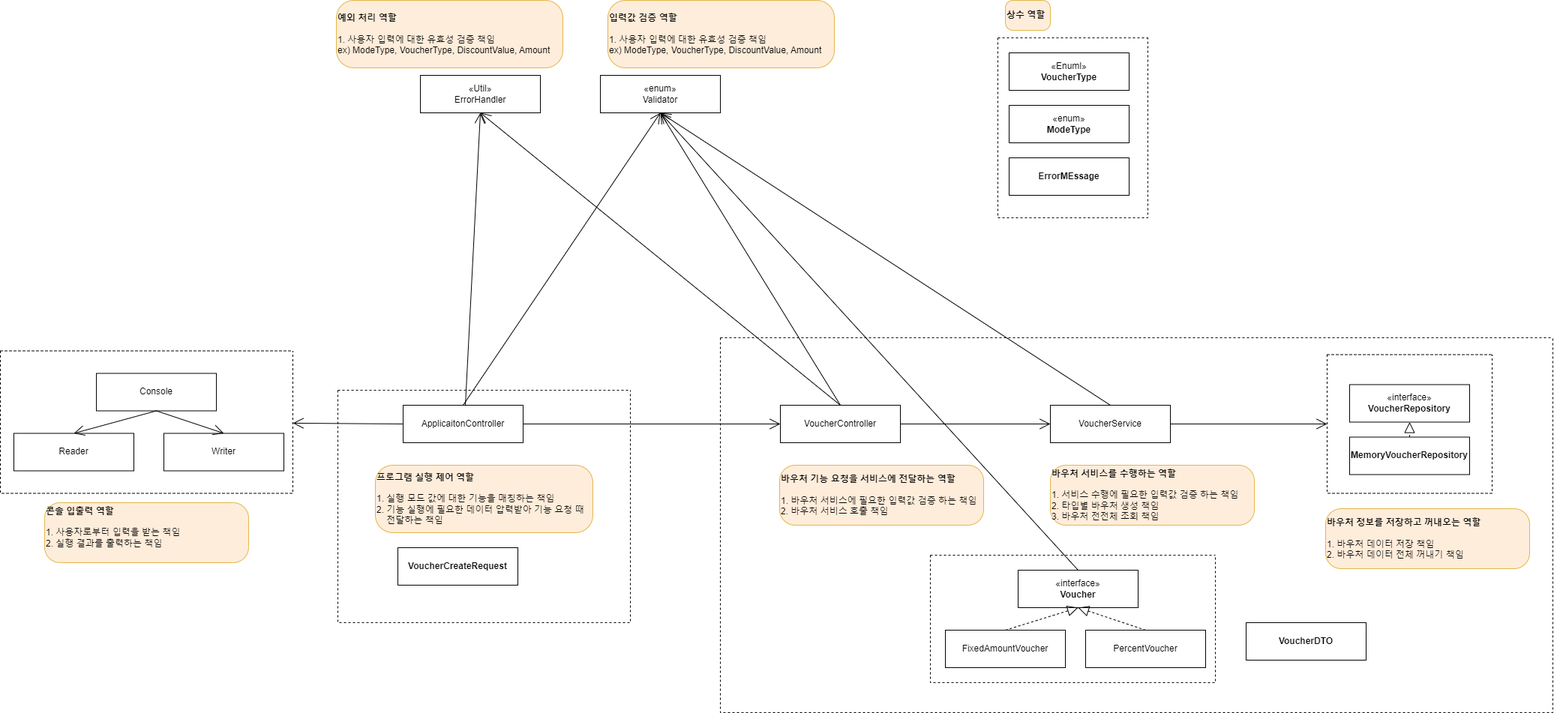
Before: doc/바우처설계도.png, a diagram exported from draw.io (prgrms-be-devcourse/springboot-basic). Source tidied: cells renumbered, new cells last; positions are measured from the earlier drawing's top-left corner, leaving out a move shared by most shapes.
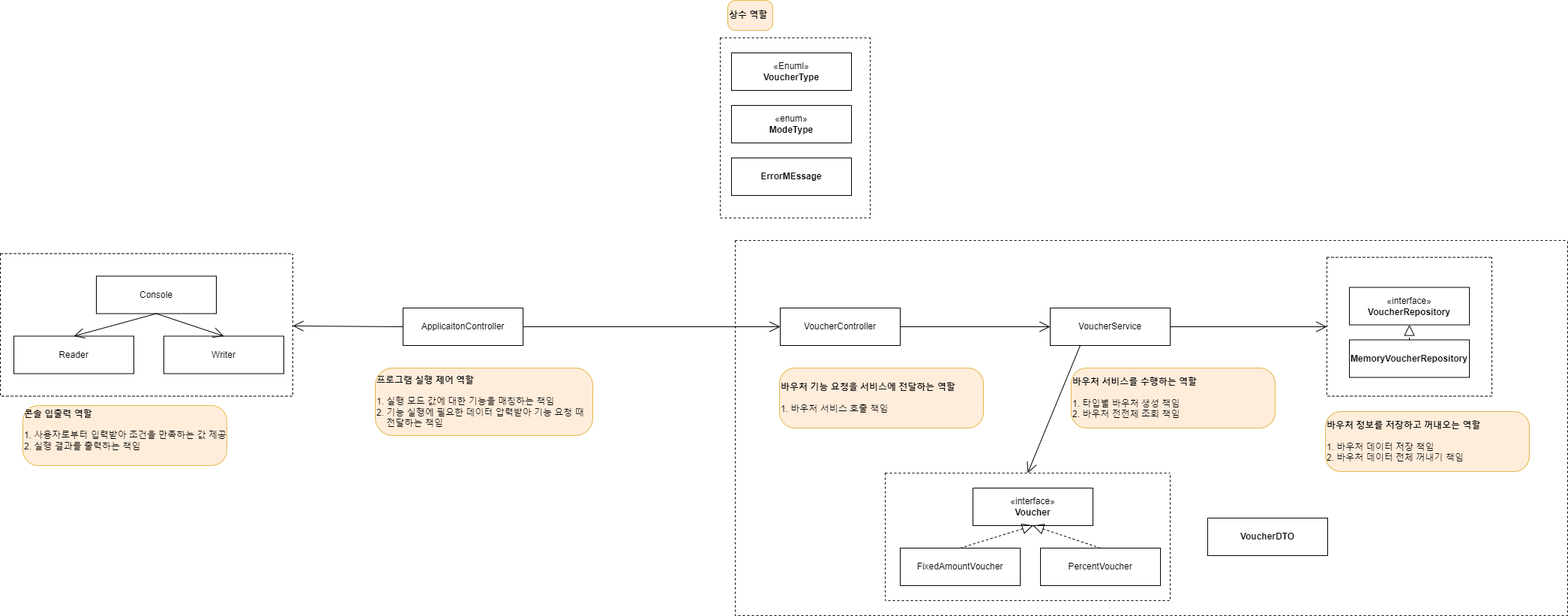
After the commit.

Commit message:
바우처 설계도 수정

What changed in the source:
```diff
@@ -17,9 +17,6 @@
     <mxCell id="6" style="swimlane;startSize=0;dashed=1;" parent="1" vertex="1">
       <mxGeometry y="467.5" width="390" height="190" as="geometry" />
     </mxCell>
-    <mxCell id="7" value="«Util»&lt;br style=&quot;border-color: var(--border-color);&quot;&gt;ErrorHandler" style="html=1;whiteSpace=wrap;" parent="1" vertex="1">
-      <mxGeometry x="560" y="100" width="160" height="50" as="geometry" />
-    </mxCell>
     <mxCell id="8" style="swimlane;startSize=0;dashed=1;" parent="1" vertex="1">
       <mxGeometry x="1769" y="472.5" width="220" height="185" as="geometry" />
     </mxCell>
@@ -33,7 +30,7 @@
       <mxGeometry relative="1" as="geometry" />
     </mxCell>
     <mxCell id="12" style="swimlane;startSize=0;dashed=1;" parent="1" vertex="1">
-      <mxGeometry x="1330" y="50" width="200" height="240" as="geometry" />
+      <mxGeometry x="960" y="180" width="200" height="240" as="geometry" />
     </mxCell>
     <mxCell id="13" value="«enum»&lt;br&gt;&lt;b&gt;ModeType&lt;br&gt;&lt;/b&gt;" style="html=1;whiteSpace=wrap;" parent="12" vertex="1">
       <mxGeometry x="15" y="90" width="160" height="50" as="geometry" />
@@ -47,9 +44,6 @@
     <mxCell id="16" value="VoucherController" style="html=1;whiteSpace=wrap;" parent="1" vertex="1">
       <mxGeometry x="1040" y="540" width="160" height="50" as="geometry" />
     </mxCell>
-    <mxCell id="17" value="«enum»&lt;br&gt;Validator&lt;b&gt;&lt;br&gt;&lt;/b&gt;" style="html=1;whiteSpace=wrap;" parent="1" vertex="1">
-      <mxGeometry x="800" y="100" width="160" height="50" as="geometry" />
-    </mxCell>
     <mxCell id="18" style="endArrow=open;endFill=1;endSize=12;html=1;rounded=0;entryX=0;entryY=0.5;entryDx=0;entryDy=0;exitX=1;exitY=0.5;exitDx=0;exitDy=0;" parent="1" edge="1" source="20" target="16">
       <mxGeometry relative="1" as="geometry" />
     </mxCell>
@@ -59,10 +53,7 @@
     <mxCell id="20" value="ApplicaitonController" style="html=1;whiteSpace=wrap;" parent="1" vertex="1">
       <mxGeometry x="537" y="540" width="160" height="50" as="geometry" />
     </mxCell>
-    <mxCell id="21" value="&lt;span style=&quot;background-color: initial;&quot;&gt;&lt;b&gt;바우처 서비스를 수행하는 역할&lt;br&gt;&lt;/b&gt;&lt;br&gt;1. 서비스 수행에 필요한 입력값 검증 하는 책임&lt;/span&gt;&lt;br&gt;&lt;div style=&quot;&quot;&gt;2. 타입별 바우처 생성 책임&lt;span style=&quot;background-color: initial;&quot;&gt;&lt;br&gt;&lt;/span&gt;&lt;/div&gt;&lt;div style=&quot;&quot;&gt;&lt;span style=&quot;background-color: initial;&quot;&gt;3. 바우처 전전체 조회 책임&lt;/span&gt;&lt;/div&gt;" style="text;html=1;strokeColor=#d79b00;fillColor=#ffe6cc;align=left;verticalAlign=middle;whiteSpace=wrap;rounded=1;opacity=70;arcSize=26;" parent="1" vertex="1">
-      <mxGeometry x="1400" y="620" width="272" height="80" as="geometry" />
-    </mxCell>
-    <mxCell id="22" value="&lt;span style=&quot;background-color: initial;&quot;&gt;&lt;b&gt;바우처 기능 요청을 서비스에 전달하는 역할&lt;/b&gt;&lt;br&gt;&lt;br&gt;1. 바우처 서비스에 필요한 입력값 검증 하는 책임&lt;/span&gt;&lt;br&gt;&lt;div style=&quot;&quot;&gt;2. 바우처 서비스 호출 책임&lt;/div&gt;" style="text;html=1;strokeColor=#d79b00;fillColor=#ffe6cc;align=left;verticalAlign=middle;whiteSpace=wrap;rounded=1;opacity=70;arcSize=26;" parent="1" vertex="1">
+    <mxCell id="22" value="&lt;span style=&quot;background-color: initial;&quot;&gt;&lt;b&gt;바우처 기능 요청을 서비스에 전달하는 역할&lt;/b&gt;&lt;br&gt;&lt;br&gt;1. &lt;/span&gt;&lt;span style=&quot;background-color: initial;&quot;&gt;바우처 서비스 호출 책임&lt;/span&gt;&lt;span style=&quot;background-color: initial;&quot;&gt;&lt;br&gt;&lt;/span&gt;" style="text;html=1;strokeColor=#d79b00;fillColor=#ffe6cc;align=left;verticalAlign=middle;whiteSpace=wrap;rounded=1;opacity=70;arcSize=26;" parent="1" vertex="1">
       <mxGeometry x="1039" y="620" width="272" height="80" as="geometry" />
     </mxCell>
     <mxCell id="23" style="endArrow=open;endFill=1;endSize=12;html=1;rounded=0;exitX=1;exitY=0.5;exitDx=0;exitDy=0;entryX=0;entryY=0.5;entryDx=0;entryDy=0;" parent="1" edge="1" source="16" target="2">
@@ -74,52 +65,32 @@
     <mxCell id="25" value="&lt;span style=&quot;background-color: initial;&quot;&gt;&lt;b&gt;바우처 정보를 저장하고 꺼내오는 역할&lt;/b&gt;&amp;nbsp;&lt;br&gt;&lt;br&gt;1. 바우처 데이터 저장 책임&lt;/span&gt;&lt;br&gt;&lt;div style=&quot;&quot;&gt;2. 바우처 데이터 전체 꺼내기 책임&lt;/div&gt;" style="text;html=1;strokeColor=#d79b00;fillColor=#ffe6cc;align=left;verticalAlign=middle;whiteSpace=wrap;rounded=1;opacity=70;arcSize=26;" parent="1" vertex="1">
       <mxGeometry x="1767" y="678" width="272" height="80" as="geometry" />
     </mxCell>
-    <mxCell id="26" style="endArrow=open;endFill=1;endSize=12;html=1;rounded=0;exitX=0.5;exitY=0;exitDx=0;exitDy=0;entryX=0.5;entryY=1;entryDx=0;entryDy=0;" parent="1" edge="1" source="20" target="17">
-      <mxGeometry relative="1" as="geometry" />
-    </mxCell>
-    <mxCell id="27" style="endArrow=open;endFill=1;endSize=12;html=1;rounded=0;entryX=0.5;entryY=1;entryDx=0;entryDy=0;exitX=0.5;exitY=0;exitDx=0;exitDy=0;" parent="1" edge="1" source="16" target="17">
-      <mxGeometry relative="1" as="geometry" />
-    </mxCell>
-    <mxCell id="28" style="endArrow=open;endFill=1;endSize=12;html=1;rounded=0;entryX=0.5;entryY=1;entryDx=0;entryDy=0;exitX=0.5;exitY=0;exitDx=0;exitDy=0;" parent="1" edge="1" source="2" target="17">
-      <mxGeometry relative="1" as="geometry" />
-    </mxCell>
-    <mxCell id="29" style="endArrow=open;endFill=1;endSize=12;html=1;rounded=0;entryX=0.5;entryY=1;entryDx=0;entryDy=0;" parent="1" edge="1" target="7">
-      <mxGeometry relative="1" as="geometry">
-        <mxPoint x="620" y="540" as="sourcePoint" />
-      </mxGeometry>
-    </mxCell>
-    <mxCell id="30" style="endArrow=open;endFill=1;endSize=12;html=1;rounded=0;entryX=0.5;entryY=1;entryDx=0;entryDy=0;exitX=0.5;exitY=0;exitDx=0;exitDy=0;" parent="1" edge="1" source="16" target="7">
-      <mxGeometry relative="1" as="geometry" />
-    </mxCell>
     <mxCell id="31" style="endArrow=open;endFill=1;endSize=12;html=1;rounded=0;exitX=0.5;exitY=1;exitDx=0;exitDy=0;entryX=0.5;entryY=0;entryDx=0;entryDy=0;" parent="1" edge="1" source="3" target="5">
       <mxGeometry relative="1" as="geometry" />
     </mxCell>
     <mxCell id="32" style="endArrow=open;endFill=1;endSize=12;html=1;rounded=0;exitX=0.5;exitY=1;exitDx=0;exitDy=0;entryX=0.5;entryY=0;entryDx=0;entryDy=0;" parent="1" edge="1" source="3" target="4">
       <mxGeometry relative="1" as="geometry" />
     </mxCell>
-    <mxCell id="33" value="&lt;div style=&quot;&quot;&gt;&lt;span style=&quot;background-color: initial;&quot;&gt;&lt;b&gt;콘솔 입출력 역할&lt;/b&gt;&lt;/span&gt;&lt;/div&gt;&lt;div style=&quot;&quot;&gt;&lt;span style=&quot;background-color: initial;&quot;&gt;&lt;b&gt;&lt;br&gt;&lt;/b&gt;&lt;/span&gt;&lt;/div&gt;&lt;span style=&quot;background-color: initial;&quot;&gt;1. 사용자로부터 입력을 받는 책임&lt;br&gt;&lt;/span&gt;2. 실행 결과를 출력하는 책임&lt;br&gt;&lt;div style=&quot;&quot;&gt;&lt;br&gt;&lt;/div&gt;" style="text;html=1;strokeColor=#d79b00;fillColor=#ffe6cc;align=left;verticalAlign=middle;whiteSpace=wrap;rounded=1;opacity=70;arcSize=26;" parent="1" vertex="1">
-      <mxGeometry x="59" y="670" width="272" height="80" as="geometry" />
+    <mxCell id="33" value="&lt;div style=&quot;&quot;&gt;&lt;span style=&quot;background-color: initial;&quot;&gt;&lt;b&gt;콘솔 입출력 역할&lt;/b&gt;&lt;/span&gt;&lt;/div&gt;&lt;div style=&quot;&quot;&gt;&lt;span style=&quot;background-color: initial;&quot;&gt;&lt;b&gt;&lt;br&gt;&lt;/b&gt;&lt;/span&gt;&lt;/div&gt;&lt;span style=&quot;background-color: initial;&quot;&gt;1. 사용자로부터 입력받아 조건을 만족하는 값 제공&lt;br&gt;&lt;/span&gt;2. 실행 결과를 출력하는 책임&lt;br&gt;&lt;div style=&quot;&quot;&gt;&lt;br&gt;&lt;/div&gt;" style="text;html=1;strokeColor=#d79b00;fillColor=#ffe6cc;align=left;verticalAlign=middle;whiteSpace=wrap;rounded=1;opacity=70;arcSize=26;" parent="1" vertex="1">
+      <mxGeometry x="30" y="670" width="272" height="80" as="geometry" />
     </mxCell>
-    <mxCell id="34" value="&lt;div style=&quot;&quot;&gt;&lt;span style=&quot;background-color: initial;&quot;&gt;&lt;b&gt;입력값 검증 역할&lt;/b&gt;&lt;/span&gt;&lt;/div&gt;&lt;div style=&quot;&quot;&gt;&lt;span style=&quot;background-color: initial;&quot;&gt;&lt;b&gt;&lt;br&gt;&lt;/b&gt;&lt;/span&gt;&lt;/div&gt;&lt;span style=&quot;background-color: initial;&quot;&gt;1. 사용자 입력에 대한 유효성 검증 책임 &lt;br&gt;ex) ModeType,&amp;nbsp;&lt;/span&gt;VoucherType, DiscountValue, Amount" style="text;html=1;strokeColor=#d79b00;fillColor=#ffe6cc;align=left;verticalAlign=middle;whiteSpace=wrap;rounded=1;opacity=70;arcSize=26;" parent="1" vertex="1">
-      <mxGeometry x="810" width="302" height="90" as="geometry" />
-    </mxCell>
     <mxCell id="35" style="endArrow=open;endFill=1;endSize=12;html=1;rounded=0;exitX=0;exitY=0.5;exitDx=0;exitDy=0;" parent="1" edge="1" source="20" target="6">
       <mxGeometry relative="1" as="geometry" />
     </mxCell>
     <mxCell id="36" style="swimlane;startSize=0;dashed=1;" parent="1" vertex="1">
-      <mxGeometry x="960" y="450" width="1110" height="500" as="geometry" />
+      <mxGeometry x="980" y="450" width="1110" height="500" as="geometry" />
     </mxCell>
     <mxCell id="37" style="html=1;whiteSpace=wrap;" parent="36" vertex="1">
-      <mxGeometry x="397" y="310" width="160" height="50" as="geometry" />
+      <mxGeometry x="317" y="330" width="160" height="50" as="geometry" />
     </mxCell>
     <mxCell id="38" value="PercentVoucher" style="html=1;whiteSpace=wrap;" parent="36" vertex="1">
-      <mxGeometry x="487" y="390" width="160" height="50" as="geometry" />
+      <mxGeometry x="407" y="410" width="160" height="50" as="geometry" />
     </mxCell>
     <mxCell id="39" value="«interface»&lt;br&gt;&lt;b&gt;Voucher&lt;/b&gt;" style="html=1;whiteSpace=wrap;" parent="36" vertex="1">
-      <mxGeometry x="397" y="310" width="160" height="50" as="geometry" />
+      <mxGeometry x="317" y="330" width="160" height="50" as="geometry" />
     </mxCell>
     <mxCell id="40" style="swimlane;startSize=0;dashed=1;" parent="36" vertex="1">
-      <mxGeometry x="280" y="290" width="380" height="170" as="geometry" />
+      <mxGeometry x="200" y="310" width="380" height="170" as="geometry" />
     </mxCell>
     <mxCell id="41" value="FixedAmountVoucher" style="html=1;whiteSpace=wrap;" parent="40" vertex="1">
       <mxGeometry x="20" y="100" width="160" height="50" as="geometry" />
@@ -131,22 +102,16 @@
       <mxGeometry relative="1" as="geometry" />
     </mxCell>
     <mxCell id="44" value="&lt;b&gt;VoucherDTO&lt;br&gt;&lt;/b&gt;" style="html=1;whiteSpace=wrap;" parent="36" vertex="1">
-      <mxGeometry x="701" y="380" width="160" height="50" as="geometry" />
+      <mxGeometry x="630" y="370" width="160" height="50" as="geometry" />
     </mxCell>
-    <mxCell id="45" style="endArrow=open;endFill=1;endSize=12;html=1;rounded=0;exitX=0.5;exitY=0;exitDx=0;exitDy=0;entryX=0.5;entryY=1;entryDx=0;entryDy=0;" parent="1" edge="1" source="39" target="17">
-      <mxGeometry relative="1" as="geometry" />
-    </mxCell>
-    <mxCell id="46" value="&lt;div style=&quot;&quot;&gt;&lt;span style=&quot;background-color: initial;&quot;&gt;&lt;b&gt;예외 처리 역할&lt;/b&gt;&lt;/span&gt;&lt;/div&gt;&lt;div style=&quot;&quot;&gt;&lt;span style=&quot;background-color: initial;&quot;&gt;&lt;b&gt;&lt;br&gt;&lt;/b&gt;&lt;/span&gt;&lt;/div&gt;&lt;span style=&quot;background-color: initial;&quot;&gt;1. 사용자 입력에 대한 유효성 검증 책임 &lt;br&gt;ex) ModeType,&amp;nbsp;&lt;/span&gt;VoucherType, DiscountValue, Amount" style="text;html=1;strokeColor=#d79b00;fillColor=#ffe6cc;align=left;verticalAlign=middle;whiteSpace=wrap;rounded=1;opacity=70;arcSize=26;" parent="1" vertex="1">
-      <mxGeometry x="448" width="302" height="90" as="geometry" />
-    </mxCell>
+    <mxCell id="21" value="&lt;span style=&quot;background-color: initial;&quot;&gt;&lt;b&gt;바우처 서비스를 수행하는 역할&lt;br&gt;&lt;/b&gt;&lt;/span&gt;&lt;br&gt;&lt;div style=&quot;&quot;&gt;1. 타입별 바우처 생성 책임&lt;span style=&quot;background-color: initial;&quot;&gt;&lt;br&gt;&lt;/span&gt;&lt;/div&gt;&lt;div style=&quot;&quot;&gt;&lt;span style=&quot;background-color: initial;&quot;&gt;2. 바우처 전전체 조회 책임&lt;/span&gt;&lt;/div&gt;" style="text;html=1;strokeColor=#d79b00;fillColor=#ffe6cc;align=left;verticalAlign=middle;whiteSpace=wrap;rounded=1;opacity=70;arcSize=26;" parent="36" vertex="1">
+      <mxGeometry x="448" y="170" width="272" height="80" as="geometry" />
+    </mxCell>
     <mxCell id="47" value="&lt;div style=&quot;&quot;&gt;&lt;span style=&quot;background-color: initial;&quot;&gt;&lt;b&gt;상수 역할&lt;/b&gt;&lt;/span&gt;&lt;/div&gt;&lt;div style=&quot;&quot;&gt;&lt;/div&gt;" style="text;html=1;strokeColor=#d79b00;fillColor=#ffe6cc;align=left;verticalAlign=middle;whiteSpace=wrap;rounded=1;opacity=70;arcSize=26;" parent="1" vertex="1">
-      <mxGeometry x="1340" width="60" height="40" as="geometry" />
+      <mxGeometry x="970" y="130" width="60" height="40" as="geometry" />
     </mxCell>
-    <mxCell id="48" style="swimlane;startSize=0;dashed=1;" parent="1" vertex="1">
-      <mxGeometry x="450" y="520" width="390" height="310" as="geometry" />
-    </mxCell>
-    <mxCell id="49" value="&lt;b&gt;VoucherCreateRequest&lt;br&gt;&lt;/b&gt;" style="html=1;whiteSpace=wrap;" parent="48" vertex="1">
-      <mxGeometry x="80" y="210" width="160" height="50" as="geometry" />
-    </mxCell>
+    <mxCell id="50" style="endArrow=open;endFill=1;endSize=12;html=1;rounded=0;exitX=0.25;exitY=1;exitDx=0;exitDy=0;entryX=0.5;entryY=0;entryDx=0;entryDy=0;" parent="1" edge="1" source="2" target="40">
+      <mxGeometry relative="1" as="geometry" />
+    </mxCell>
   </root>
 </mxGraphModel>
```
